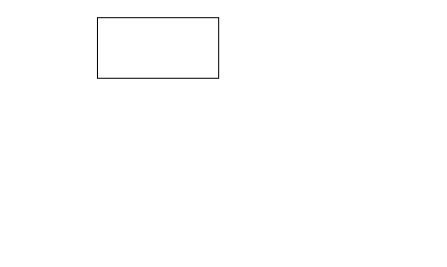
The draw.io diagram 1.drawio in solobeer/note_picture, before the edit. Source tidied: cells renumbered, new cells numbered last; positions are measured from the earlier drawing's top-left corner, leaving out a move shared by most shapes. Both pictures are drawn from the tidied source at 101%, with x=0, y=0 at pixel (97, 17).
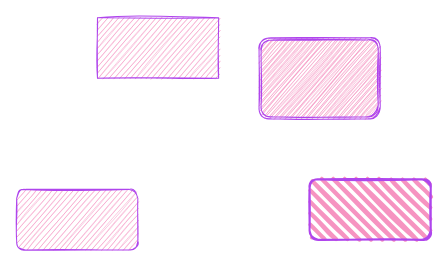
After the change.

Change to the diagram source:
```diff
@@
 <mxGraphModel>
   <root>
     <mxCell id="0" />
     <mxCell id="1" parent="0" />
-    <mxCell id="2" style="rounded=0;whiteSpace=wrap;html=1;" parent="1" vertex="1">
+    <mxCell id="2" style="rounded=0;whiteSpace=wrap;html=1;sketch=1;fillColor=#F694C1;strokeColor=#AF45ED;fontColor=#095C86;" parent="1" vertex="1">
       <mxGeometry width="120" height="60" as="geometry" />
     </mxCell>
+    <mxCell id="3" style="rounded=1;whiteSpace=wrap;html=1;gradientDirection=north;sketch=1;fillColor=#F694C1;strokeColor=#AF45ED;fontColor=#095C86;" parent="1" vertex="1">
+      <mxGeometry x="-80" y="170" width="120" height="60" as="geometry" />
+    </mxCell>
+    <mxCell id="4" style="rounded=1;whiteSpace=wrap;html=1;strokeWidth=2;fillWeight=4;hachureGap=8;hachureAngle=45;sketch=1;fillColor=#F694C1;strokeColor=#AF45ED;fontColor=#095C86;" parent="1" vertex="1">
+      <mxGeometry x="210" y="160" width="120" height="60" as="geometry" />
+    </mxCell>
+    <mxCell id="5" style="shape=ext;double=1;rounded=1;whiteSpace=wrap;html=1;sketch=1;fillColor=#F694C1;strokeColor=#AF45ED;fontColor=#095C86;" parent="1" vertex="1">
+      <mxGeometry x="160" y="20" width="120" height="80" as="geometry" />
+    </mxCell>
   </root>
 </mxGraphModel>
```
